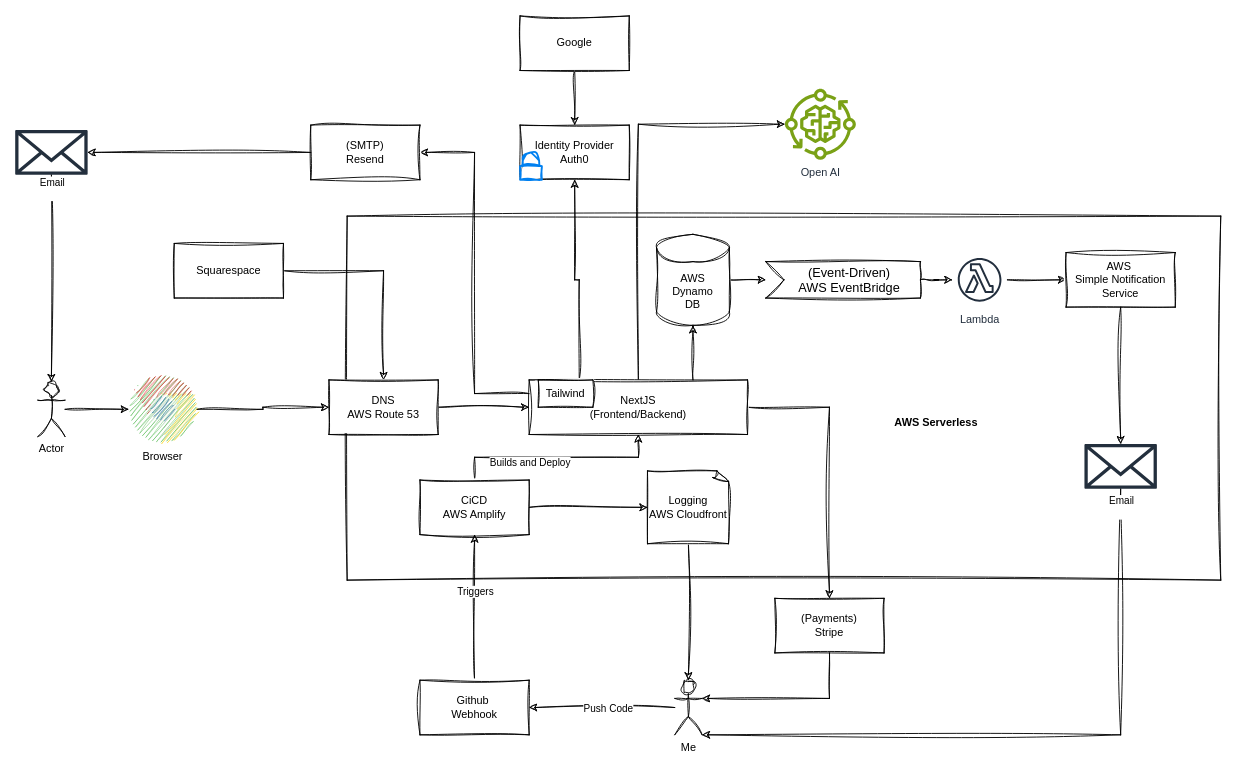
Earlier version of the draw.io diagram SaaS.drawio (mel3kings/diagrams). Source tidied: cells renumbered, new cells numbered last; positions are measured from the earlier drawing's top-left corner, leaving out a move shared by most shapes. Both pictures are drawn from the tidied source at 91%, with x=0, y=0 at pixel (15, 15).
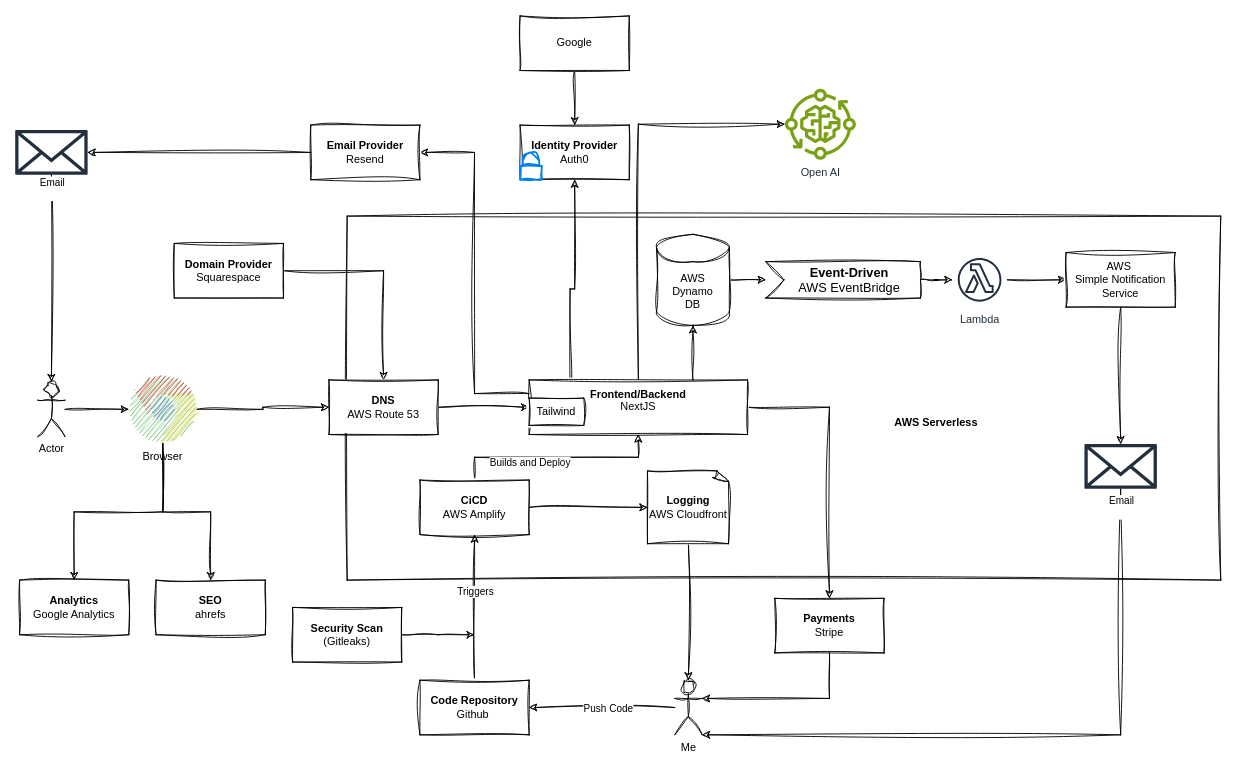
After the change.

The change refers to these unchanged cells:
```xml
<mxCell id="10" value="Browser" style="dashed=0;outlineConnect=0;html=1;align=center;labelPosition=center;verticalLabelPosition=bottom;verticalAlign=top;shape=mxgraph.weblogos.chrome;sketch=1;hachureGap=4;jiggle=2;curveFitting=1;" parent="1" vertex="1">
  <mxGeometry x="125" y="394.6" width="74.8" height="75.4" as="geometry" />
</mxCell>
```

The edit, as a diff of the source:
```diff
@@
-    <mxCell id="4" value="Squarespace" style="rounded=0;whiteSpace=wrap;html=1;sketch=1;hachureGap=4;jiggle=2;curveFitting=1;" parent="1" vertex="1">
+    <mxCell id="4" value="&lt;div&gt;&lt;b&gt;Domain Provider&lt;/b&gt;&lt;/div&gt;Squarespace" style="rounded=0;whiteSpace=wrap;html=1;sketch=1;hachureGap=4;jiggle=2;curveFitting=1;" parent="1" vertex="1">
       <mxGeometry x="175" y="250" width="120" height="60" as="geometry" />
     </mxCell>
@@
-    <mxCell id="8" value="&lt;div&gt;DNS&lt;/div&gt;AWS Route 53" style="whiteSpace=wrap;html=1;rounded=0;sketch=1;hachureGap=4;jiggle=2;curveFitting=1;" parent="1" vertex="1">
+    <mxCell id="8" value="&lt;div&gt;&lt;b&gt;DNS&lt;/b&gt;&lt;/div&gt;AWS Route 53" style="whiteSpace=wrap;html=1;rounded=0;sketch=1;hachureGap=4;jiggle=2;curveFitting=1;" parent="1" vertex="1">
       <mxGeometry x="345" y="400" width="120" height="60" as="geometry" />
     </mxCell>
@@
+    <mxCell id="54" style="edgeStyle=orthogonalEdgeStyle;rounded=0;sketch=1;hachureGap=4;jiggle=2;curveFitting=1;jettySize=auto;html=1;entryX=0.5;entryY=0;entryDx=0;entryDy=0;" parent="1" edge="1" source="10" target="57">
+      <mxGeometry relative="1" as="geometry" />
+    </mxCell>
@@
-    <mxCell id="16" value="NextJS&lt;div&gt;&lt;/div&gt;&lt;div&gt;(Frontend/Backend)&lt;/div&gt;" style="whiteSpace=wrap;html=1;rounded=0;sketch=1;hachureGap=4;jiggle=2;curveFitting=1;" parent="1" vertex="1">
+    <mxCell id="16" value="&lt;div&gt;&lt;b&gt;Frontend/Backend&lt;/b&gt;&lt;br&gt;&lt;/div&gt;NextJS&lt;div&gt;&lt;/div&gt;&lt;div&gt;&lt;br&gt;&lt;/div&gt;" style="whiteSpace=wrap;html=1;rounded=0;sketch=1;hachureGap=4;jiggle=2;curveFitting=1;" parent="1" vertex="1">
       <mxGeometry x="565" y="400" width="240" height="60" as="geometry" />
     </mxCell>
     <mxCell id="17" value="Tailwind" style="rounded=0;whiteSpace=wrap;html=1;sketch=1;hachureGap=4;jiggle=2;curveFitting=1;" parent="1" vertex="1">
-      <mxGeometry x="575" y="400" width="60" height="30" as="geometry" />
+      <mxGeometry x="565" y="420" width="60" height="30" as="geometry" />
     </mxCell>
@@
-    <mxCell id="21" value="CiCD&lt;div&gt;AWS Amplify&lt;/div&gt;" style="rounded=0;whiteSpace=wrap;html=1;sketch=1;hachureGap=4;jiggle=2;curveFitting=1;" parent="1" vertex="1">
+    <mxCell id="21" value="&lt;b&gt;CiCD&lt;/b&gt;&lt;div&gt;AWS Amplify&lt;/div&gt;" style="rounded=0;whiteSpace=wrap;html=1;sketch=1;hachureGap=4;jiggle=2;curveFitting=1;" parent="1" vertex="1">
       <mxGeometry x="445" y="510" width="120" height="60" as="geometry" />
     </mxCell>
@@
-    <mxCell id="24" value="Github&amp;nbsp;&lt;div&gt;Webhook&lt;/div&gt;" style="rounded=0;whiteSpace=wrap;html=1;sketch=1;hachureGap=4;jiggle=2;curveFitting=1;" parent="1" vertex="1">
+    <mxCell id="24" value="&lt;div&gt;&lt;b&gt;Code Repository&lt;/b&gt;&lt;/div&gt;Github&amp;nbsp;" style="rounded=0;whiteSpace=wrap;html=1;sketch=1;hachureGap=4;jiggle=2;curveFitting=1;" parent="1" vertex="1">
       <mxGeometry x="445" y="730" width="120" height="60" as="geometry" />
     </mxCell>
-    <mxCell id="25" value="(Payments)&lt;div&gt;Stripe&lt;/div&gt;" style="whiteSpace=wrap;html=1;rounded=0;sketch=1;hachureGap=4;jiggle=2;curveFitting=1;" parent="1" vertex="1">
+    <mxCell id="25" value="&lt;b&gt;Payments&lt;/b&gt;&lt;div&gt;Stripe&lt;/div&gt;" style="whiteSpace=wrap;html=1;rounded=0;sketch=1;hachureGap=4;jiggle=2;curveFitting=1;" parent="1" vertex="1">
       <mxGeometry x="835" y="640" width="120" height="60" as="geometry" />
     </mxCell>
@@
-    <mxCell id="29" value="&lt;div&gt;(Event-Driven)&lt;/div&gt;AWS EventBridge" style="html=1;shape=mxgraph.infographic.ribbonSimple;notch1=20;notch2=0;align=center;verticalAlign=middle;fontSize=14;fontStyle=0;fillColor=#FFFFFF;flipH=0;spacingRight=0;spacingLeft=14;whiteSpace=wrap;sketch=1;hachureGap=4;jiggle=2;curveFitting=1;" parent="1" vertex="1">
+    <mxCell id="29" value="&lt;div&gt;&lt;b&gt;Event-Driven&lt;/b&gt;&lt;/div&gt;AWS EventBridge" style="html=1;shape=mxgraph.infographic.ribbonSimple;notch1=20;notch2=0;align=center;verticalAlign=middle;fontSize=14;fontStyle=0;fillColor=#FFFFFF;flipH=0;spacingRight=0;spacingLeft=14;whiteSpace=wrap;sketch=1;hachureGap=4;jiggle=2;curveFitting=1;" parent="1" vertex="1">
       <mxGeometry x="825" y="270" width="170" height="40" as="geometry" />
     </mxCell>
@@
-    <mxCell id="41" value="Logging&lt;div&gt;AWS Cloudfront&lt;/div&gt;" style="whiteSpace=wrap;html=1;shape=mxgraph.basic.document;sketch=1;hachureGap=4;jiggle=2;curveFitting=1;" parent="1" vertex="1">
+    <mxCell id="41" value="&lt;b&gt;Logging&lt;/b&gt;&lt;div&gt;AWS Cloudfront&lt;/div&gt;" style="whiteSpace=wrap;html=1;shape=mxgraph.basic.document;sketch=1;hachureGap=4;jiggle=2;curveFitting=1;" parent="1" vertex="1">
       <mxGeometry x="695" y="500" width="90" height="80" as="geometry" />
     </mxCell>
-    <mxCell id="42" value="&lt;div&gt;Identity Provider&lt;/div&gt;Auth0" style="whiteSpace=wrap;html=1;rounded=0;sketch=1;hachureGap=4;jiggle=2;curveFitting=1;" parent="1" vertex="1">
+    <mxCell id="42" value="&lt;div&gt;&lt;b&gt;Identity Provider&lt;/b&gt;&lt;/div&gt;Auth0" style="whiteSpace=wrap;html=1;rounded=0;sketch=1;hachureGap=4;jiggle=2;curveFitting=1;" parent="1" vertex="1">
       <mxGeometry x="555" y="120" width="120" height="60" as="geometry" />
     </mxCell>
@@
-    <mxCell id="48" value="&lt;div&gt;(SMTP)&lt;/div&gt;Resend" style="rounded=0;whiteSpace=wrap;html=1;sketch=1;hachureGap=4;jiggle=2;curveFitting=1;" parent="1" vertex="1">
+    <mxCell id="48" value="&lt;div&gt;&lt;span style=&quot;background-color: initial;&quot;&gt;&lt;b&gt;Email Provider&lt;/b&gt;&lt;/span&gt;&lt;/div&gt;&lt;div&gt;&lt;span style=&quot;background-color: initial;&quot;&gt;Resend&lt;/span&gt;&lt;br&gt;&lt;/div&gt;" style="rounded=0;whiteSpace=wrap;html=1;sketch=1;hachureGap=4;jiggle=2;curveFitting=1;" parent="1" vertex="1">
       <mxGeometry x="325" y="120" width="120" height="60" as="geometry" />
     </mxCell>
@@
+    <mxCell id="55" style="edgeStyle=orthogonalEdgeStyle;rounded=0;sketch=1;hachureGap=4;jiggle=2;curveFitting=1;jettySize=auto;html=1;" parent="1" edge="1" source="56">
+      <mxGeometry relative="1" as="geometry">
+        <mxPoint x="505" y="680" as="targetPoint" />
+      </mxGeometry>
+    </mxCell>
+    <mxCell id="56" value="&lt;b&gt;Security Scan&lt;/b&gt;&lt;div&gt;(Gitleaks)&lt;/div&gt;" style="rounded=0;whiteSpace=wrap;html=1;sketch=1;hachureGap=4;jiggle=2;curveFitting=1;" parent="1" vertex="1">
+      <mxGeometry x="305" y="650" width="120" height="60" as="geometry" />
+    </mxCell>
+    <mxCell id="57" value="&lt;div&gt;&lt;b&gt;Analytics&lt;/b&gt;&lt;/div&gt;Google Analytics" style="whiteSpace=wrap;html=1;rounded=0;sketch=1;hachureGap=4;jiggle=2;curveFitting=1;" parent="1" vertex="1">
+      <mxGeometry x="5" y="620" width="120" height="60" as="geometry" />
+    </mxCell>
+    <mxCell id="58" value="&lt;div&gt;&lt;b&gt;SEO&lt;/b&gt;&lt;/div&gt;ahrefs" style="whiteSpace=wrap;html=1;rounded=0;sketch=1;hachureGap=4;jiggle=2;curveFitting=1;" parent="1" vertex="1">
+      <mxGeometry x="155" y="620" width="120" height="60" as="geometry" />
+    </mxCell>
+    <mxCell id="59" style="edgeStyle=orthogonalEdgeStyle;rounded=0;sketch=1;hachureGap=4;jiggle=2;curveFitting=1;jettySize=auto;html=1;" parent="1" edge="1" source="10" target="58">
+      <mxGeometry relative="1" as="geometry" />
+    </mxCell>
```
